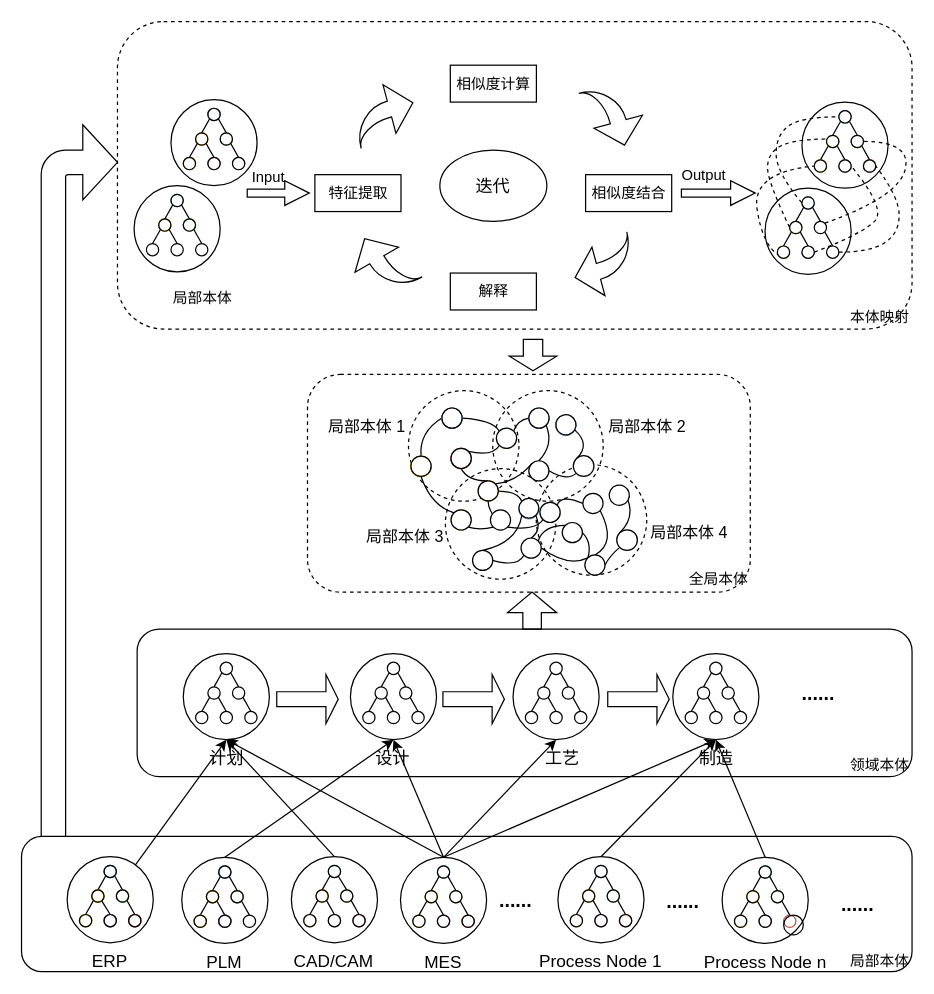
This is page "Page-1" (1 of 6) of BOM/BOM语义知识统一.drawio from littlelittlemoon/DiagramsRepository, a draw.io file, before an edit. Source tidied: cells renumbered, new cells numbered last; positions are measured from the earlier drawing's top-left corner, leaving out a move shared by most shapes. Both pictures are drawn from the tidied source at 123%, with x=0, y=0 at pixel (21, 21).
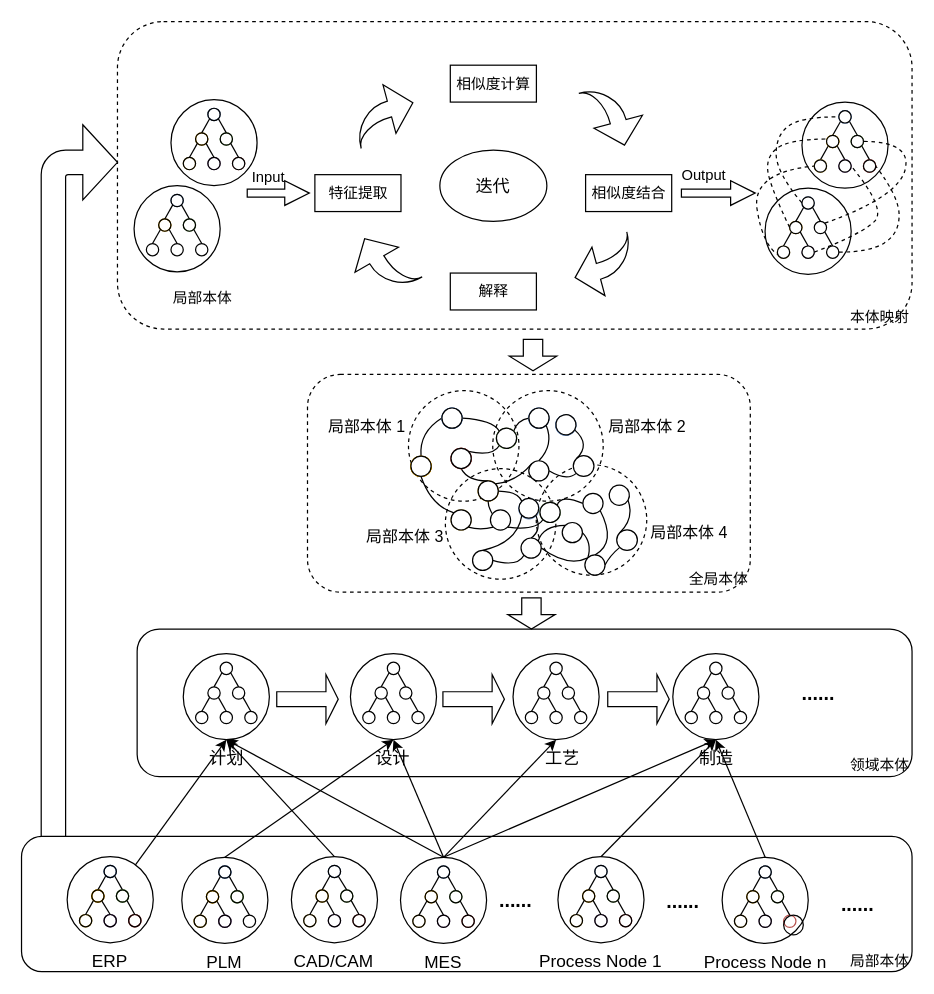
The same page after the edit.

The edit, as a diff of the source:
```diff
@@
-    <mxCell id="202" style="shape=singleArrow;direction=north;whiteSpace=wrap;html=1;fontSize=13;fontColor=#000000;strokeColor=#000000;fillColor=none;arrowWidth=0.3763151469983484;arrowSize=0.5578947368421098;strokeWidth=1;" parent="1" vertex="1">
-      <mxGeometry x="395.1" y="463.9" width="40" height="30" as="geometry" />
-    </mxCell>
@@
+    <mxCell id="366" style="shape=singleArrow;direction=south;whiteSpace=wrap;html=1;fontSize=13;fontColor=#000000;strokeColor=#000000;fillColor=none;arrowWidth=0.4092073139391402;arrowSize=0.46433481034674906;strokeWidth=1;" parent="1" vertex="1">
+      <mxGeometry x="395.3" y="468.5" width="38.5" height="25.4" as="geometry" />
+    </mxCell>
```
